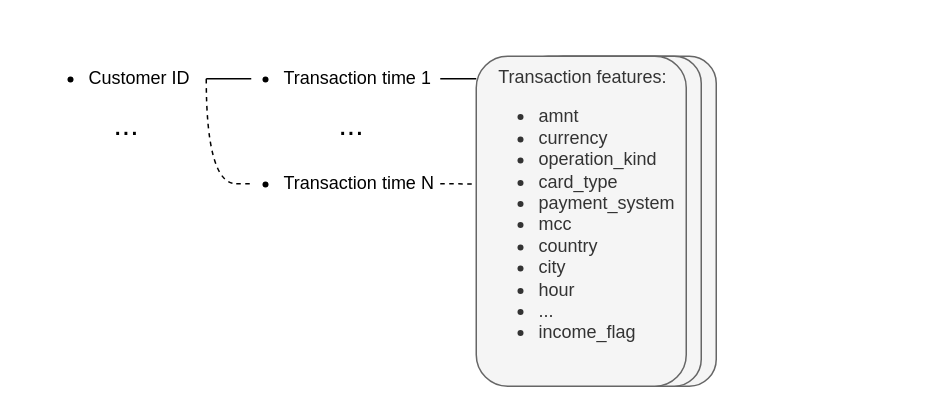
This is diplom_graphs/data_show.drawio from DenDiv/draw_io_graphs, a draw.io file, before an edit. Source tidied: cells renumbered, new cells numbered last; positions are measured from the earlier drawing's top-left corner, leaving out a move shared by most shapes. Both pictures are drawn from the tidied source at 150%, with x=0, y=0 at pixel (26, 26).
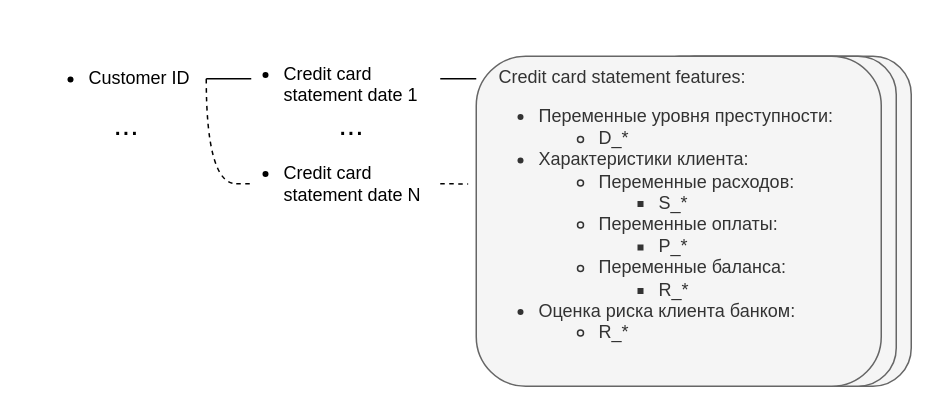
After the change.

The edit, as a diff of the source:
```diff
@@
 <mxGraphModel>
   <root>
     <mxCell id="0" />
     <mxCell id="1" parent="0" />
-    <mxCell id="2" style="rounded=1;whiteSpace=wrap;html=1;shadow=0;labelBackgroundColor=none;labelBorderColor=none;strokeColor=#666666;fontSize=20;fillColor=#f5f5f5;fontColor=#333333;" parent="1" vertex="1">
-      <mxGeometry x="340" y="20" width="120" height="220" as="geometry" />
-    </mxCell>
-    <mxCell id="3" style="rounded=1;whiteSpace=wrap;html=1;shadow=0;labelBackgroundColor=none;labelBorderColor=none;strokeColor=#666666;fontSize=20;fillColor=#f5f5f5;fontColor=#333333;" parent="1" vertex="1">
-      <mxGeometry x="330" y="20" width="120" height="220" as="geometry" />
-    </mxCell>
+    <mxCell id="15" style="rounded=1;whiteSpace=wrap;html=1;shadow=0;labelBackgroundColor=none;labelBorderColor=none;strokeColor=#666666;fontSize=20;fillColor=#f5f5f5;fontColor=#333333;" parent="1" vertex="1">
+      <mxGeometry x="420" y="20" width="170" height="220" as="geometry" />
+    </mxCell>
+    <mxCell id="16" style="rounded=1;whiteSpace=wrap;html=1;shadow=0;labelBackgroundColor=none;labelBorderColor=none;strokeColor=#666666;fontSize=20;fillColor=#f5f5f5;fontColor=#333333;" parent="1" vertex="1">
+      <mxGeometry x="410" y="20" width="170" height="220" as="geometry" />
+    </mxCell>
     <mxCell id="4" style="edgeStyle=orthogonalEdgeStyle;rounded=0;jettySize=auto;html=1;exitX=1;exitY=0.5;exitDx=0;exitDy=0;entryX=0.137;entryY=0.503;entryDx=0;entryDy=0;entryPerimeter=0;fontSize=20;endArrow=none;endFill=0;" parent="1" edge="1" source="6" target="8">
       <mxGeometry relative="1" as="geometry" />
     </mxCell>
     <mxCell id="5" style="edgeStyle=orthogonalEdgeStyle;rounded=0;jettySize=auto;html=1;exitX=1;exitY=0.5;exitDx=0;exitDy=0;fontSize=20;endArrow=none;endFill=0;elbow=vertical;curved=1;dashed=1;" parent="1" edge="1" source="6">
       <mxGeometry relative="1" as="geometry">
         <mxPoint x="140" y="105" as="targetPoint" />
         <Array as="points">
           <mxPoint x="120" y="105" />
         </Array>
       </mxGeometry>
     </mxCell>
     <mxCell id="6" value="&lt;ul&gt;&lt;li&gt;Customer ID&amp;nbsp;&lt;/li&gt;&lt;/ul&gt;" style="text;strokeColor=none;fillColor=none;html=1;whiteSpace=wrap;verticalAlign=middle;overflow=hidden;" parent="1" vertex="1">
       <mxGeometry width="120" height="70" as="geometry" />
     </mxCell>
     <mxCell id="7" style="edgeStyle=orthogonalEdgeStyle;rounded=0;jettySize=auto;html=1;exitX=1;exitY=0.5;exitDx=0;exitDy=0;entryX=0;entryY=0.069;entryDx=0;entryDy=0;entryPerimeter=0;fontSize=20;endArrow=none;endFill=0;" parent="1" edge="1" source="8" target="11">
       <mxGeometry relative="1" as="geometry" />
     </mxCell>
-    <mxCell id="8" value="&lt;ul&gt;&lt;li&gt;Transaction time 1&lt;/li&gt;&lt;/ul&gt;" style="text;strokeColor=none;fillColor=none;html=1;whiteSpace=wrap;verticalAlign=middle;overflow=hidden;rounded=1;arcSize=50;shadow=0;align=left;" parent="1" vertex="1">
+    <mxCell id="8" value="&lt;ul&gt;&lt;li&gt;Credit card statement date 1&lt;/li&gt;&lt;/ul&gt;" style="text;strokeColor=none;fillColor=none;html=1;whiteSpace=wrap;verticalAlign=middle;overflow=hidden;rounded=1;arcSize=50;shadow=0;align=left;" parent="1" vertex="1">
       <mxGeometry x="130" y="10" width="146" height="50" as="geometry" />
     </mxCell>
     <mxCell id="9" value="..." style="text;html=1;strokeColor=none;fillColor=none;align=center;verticalAlign=middle;whiteSpace=wrap;rounded=0;fontSize=20;" parent="1" vertex="1">
       <mxGeometry x="190" y="50" width="54" height="30" as="geometry" />
     </mxCell>
-    <mxCell id="10" value="&lt;ul&gt;&lt;li&gt;Transaction time N&lt;/li&gt;&lt;/ul&gt;" style="text;strokeColor=none;fillColor=none;html=1;whiteSpace=wrap;verticalAlign=middle;overflow=hidden;" parent="1" vertex="1">
+    <mxCell id="10" value="&lt;ul&gt;&lt;li style=&quot;border-color: var(--border-color);&quot;&gt;Credit card statement date N&lt;/li&gt;&lt;/ul&gt;" style="text;strokeColor=none;fillColor=none;html=1;whiteSpace=wrap;verticalAlign=middle;overflow=hidden;" parent="1" vertex="1">
       <mxGeometry x="130" y="70" width="146" height="70" as="geometry" />
     </mxCell>
-    <mxCell id="11" value="&amp;nbsp; &amp;nbsp; Transaction features:&lt;br&gt;&lt;ul&gt;&lt;li&gt;&lt;span style=&quot;background-color: initial;&quot;&gt;amnt&lt;/span&gt;&lt;/li&gt;&lt;li&gt;currency&lt;/li&gt;&lt;li&gt;operation_kind&lt;/li&gt;&lt;li&gt;card_type&lt;/li&gt;&lt;li&gt;payment_system&lt;/li&gt;&lt;li&gt;mcc&lt;/li&gt;&lt;li&gt;country&lt;/li&gt;&lt;li&gt;city&lt;/li&gt;&lt;li&gt;hour&lt;/li&gt;&lt;li&gt;...&lt;/li&gt;&lt;li&gt;income_flag&lt;/li&gt;&lt;/ul&gt;" style="rounded=1;html=1;align=left;verticalAlign=top;labelBackgroundColor=none;labelBorderColor=none;whiteSpace=wrap;spacing=2;fillColor=#f5f5f5;strokeColor=#666666;fontColor=#333333;" parent="1" vertex="1">
-      <mxGeometry x="300" y="20" width="140" height="220" as="geometry" />
+    <mxCell id="11" value="&amp;nbsp; &amp;nbsp; Credit card statement features:&lt;br&gt;&lt;ul&gt;&lt;li&gt;Переменные уровня преступности:&lt;/li&gt;&lt;ul&gt;&lt;li&gt;D_*&amp;nbsp;&lt;/li&gt;&lt;/ul&gt;&lt;li&gt;Характеристики клиента:&lt;/li&gt;&lt;ul&gt;&lt;li&gt;Переменные расходов:&lt;/li&gt;&lt;ul&gt;&lt;li&gt;S_*&lt;/li&gt;&lt;/ul&gt;&lt;li&gt;Переменные оплаты:&lt;/li&gt;&lt;ul&gt;&lt;li&gt;P_*&lt;/li&gt;&lt;/ul&gt;&lt;li&gt;Переменные баланса:&lt;/li&gt;&lt;ul&gt;&lt;li&gt;R_*&lt;/li&gt;&lt;/ul&gt;&lt;/ul&gt;&lt;li&gt;Оценка риска клиента банком:&lt;/li&gt;&lt;ul&gt;&lt;li&gt;R_*&lt;/li&gt;&lt;/ul&gt;&lt;/ul&gt;" style="rounded=1;html=1;align=left;verticalAlign=top;labelBackgroundColor=none;labelBorderColor=none;whiteSpace=wrap;spacing=2;fillColor=#f5f5f5;strokeColor=#666666;fontColor=#333333;" parent="1" vertex="1">
+      <mxGeometry x="300" y="20" width="270" height="220" as="geometry" />
     </mxCell>
     <mxCell id="12" style="endArrow=none;dashed=1;html=1;rounded=0;fontSize=20;exitX=1;exitY=0.5;exitDx=0;exitDy=0;entryX=-0.02;entryY=0.387;entryDx=0;entryDy=0;entryPerimeter=0;" parent="1" edge="1" source="10" target="11">
       <mxGeometry relative="1" as="geometry" />
     </mxCell>
     <mxCell id="13" value="..." style="text;html=1;strokeColor=none;fillColor=none;align=center;verticalAlign=middle;whiteSpace=wrap;rounded=0;fontSize=20;" parent="1" vertex="1">
       <mxGeometry x="40" y="50" width="54" height="30" as="geometry" />
     </mxCell>
     <mxCell id="14" style="endArrow=none;dashed=1;html=1;rounded=0;fontSize=20;" parent="1" edge="1">
       <mxGeometry relative="1" as="geometry">
         <mxPoint x="140" y="105" as="sourcePoint" />
         <mxPoint x="150" y="105" as="targetPoint" />
       </mxGeometry>
     </mxCell>
   </root>
 </mxGraphModel>
```
